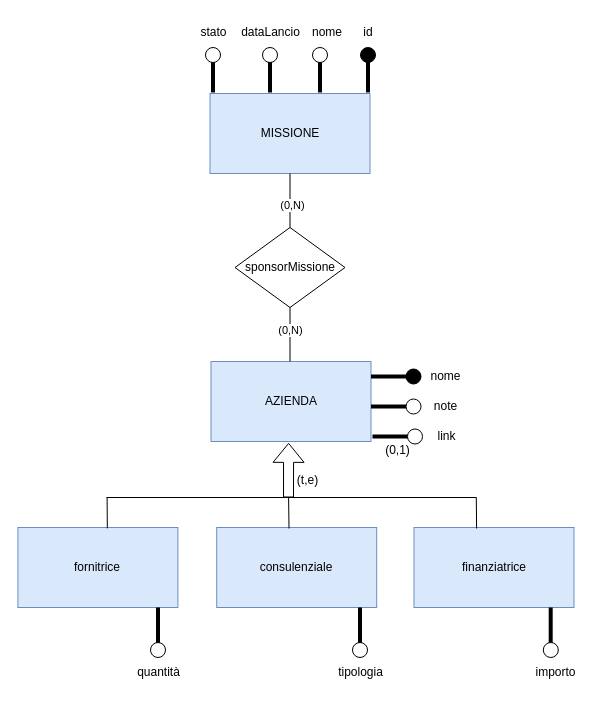
This is page "2 rotto" (4 of 10) of docs/ART-model.drawio from PulgaLuca/Database-Unibo, a draw.io file, before an edit. Source tidied: cells renumbered, new cells numbered last; positions are measured from the earlier drawing's top-left corner, leaving out a move shared by most shapes. Both pictures are drawn from the tidied source at 100%, with x=0, y=0 at pixel (17, 17).
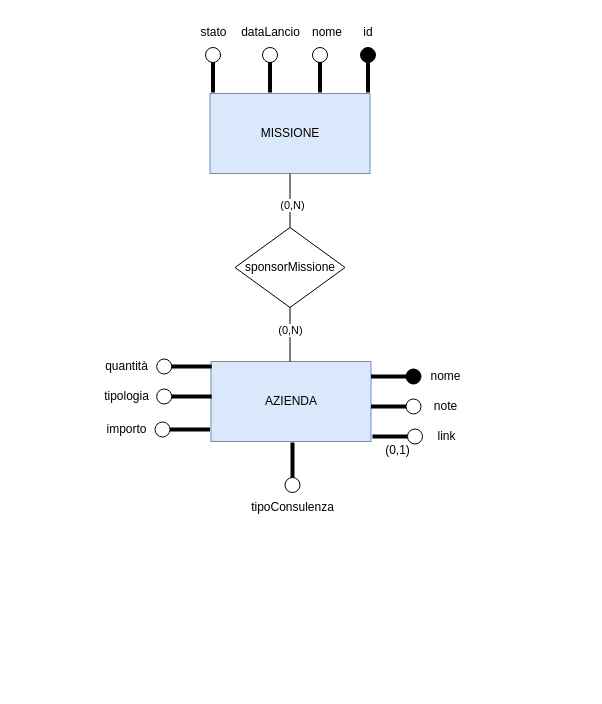
The same page after the edit.

The change refers to these unchanged cells:
```xml
<mxCell id="16" value="AZIENDA" style="rounded=0;whiteSpace=wrap;html=1;fillColor=#dae8fc;strokeColor=#6c8ebf;" parent="1" vertex="1">
  <mxGeometry x="193.5" y="344" width="160" height="80" as="geometry" />
</mxCell>
```

Diff of the diagram source:
```diff
@@
-    <mxCell id="24" style="shape=flexArrow;endArrow=classic;html=1;rounded=0;entryX=0.485;entryY=1.017;entryDx=0;entryDy=0;entryPerimeter=0;" parent="1" edge="1" target="16">
-      <mxGeometry relative="1" as="geometry">
-        <mxPoint x="271" y="480" as="sourcePoint" />
-      </mxGeometry>
-    </mxCell>
-    <mxCell id="25" value="(t,e)" style="text;html=1;align=center;verticalAlign=middle;strokeColor=none;fillColor=none;" parent="1" vertex="1">
-      <mxGeometry x="270" y="448" width="40" height="30" as="geometry" />
-    </mxCell>
-    <mxCell id="26" value="fornitrice" style="rounded=0;whiteSpace=wrap;html=1;fillColor=#dae8fc;strokeColor=#6c8ebf;" parent="1" vertex="1">
-      <mxGeometry x="0.4" y="510" width="160" height="80" as="geometry" />
-    </mxCell>
-    <mxCell id="27" value="consulenziale" style="rounded=0;whiteSpace=wrap;html=1;fillColor=#dae8fc;strokeColor=#6c8ebf;" parent="1" vertex="1">
-      <mxGeometry x="199.2" y="510" width="160" height="80" as="geometry" />
-    </mxCell>
-    <mxCell id="28" value="finanziatrice" style="rounded=0;whiteSpace=wrap;html=1;fillColor=#dae8fc;strokeColor=#6c8ebf;" parent="1" vertex="1">
-      <mxGeometry x="396.5" y="510" width="160" height="80" as="geometry" />
-    </mxCell>
-    <mxCell id="29" style="endArrow=none;html=1;rounded=0;" parent="1" edge="1">
-      <mxGeometry relative="1" as="geometry">
-        <mxPoint x="89" y="480" as="sourcePoint" />
-        <mxPoint x="459" y="480" as="targetPoint" />
-      </mxGeometry>
-    </mxCell>
-    <mxCell id="30" style="endArrow=none;html=1;rounded=0;exitX=0.559;exitY=0.01;exitDx=0;exitDy=0;exitPerimeter=0;" parent="1" edge="1" source="26">
-      <mxGeometry relative="1" as="geometry">
-        <mxPoint x="89.6" y="480" as="targetPoint" />
-      </mxGeometry>
-    </mxCell>
-    <mxCell id="31" style="endArrow=none;html=1;rounded=0;exitX=0.559;exitY=0.01;exitDx=0;exitDy=0;exitPerimeter=0;" parent="1" edge="1">
-      <mxGeometry relative="1" as="geometry">
-        <mxPoint x="271.5" y="511" as="sourcePoint" />
-        <mxPoint x="271.1" y="480" as="targetPoint" />
-      </mxGeometry>
-    </mxCell>
-    <mxCell id="32" style="endArrow=none;html=1;rounded=0;exitX=0.559;exitY=0.01;exitDx=0;exitDy=0;exitPerimeter=0;" parent="1" edge="1">
-      <mxGeometry relative="1" as="geometry">
-        <mxPoint x="459.1" y="511" as="sourcePoint" />
-        <mxPoint x="458.8" y="480" as="targetPoint" />
-      </mxGeometry>
-    </mxCell>
-    <mxCell id="33" style="line;strokeWidth=4;html=1;perimeter=backbonePerimeter;rotation=-90;" parent="1" vertex="1">
-      <mxGeometry x="322.5" y="605" width="40" height="10" as="geometry" />
-    </mxCell>
-    <mxCell id="34" style="ellipse;whiteSpace=wrap;html=1;" parent="1" vertex="1">
-      <mxGeometry x="335" y="625" width="15" height="15" as="geometry" />
-    </mxCell>
-    <mxCell id="35" style="line;strokeWidth=4;html=1;perimeter=backbonePerimeter;rotation=-90;" parent="1" vertex="1">
-      <mxGeometry x="513.2" y="605" width="40" height="10" as="geometry" />
-    </mxCell>
-    <mxCell id="36" style="ellipse;whiteSpace=wrap;html=1;" parent="1" vertex="1">
-      <mxGeometry x="525.8" y="625" width="15" height="15" as="geometry" />
-    </mxCell>
-    <mxCell id="37" value="importo" style="text;html=1;align=center;verticalAlign=middle;strokeColor=none;fillColor=none;" parent="1" vertex="1">
-      <mxGeometry x="507.5" y="640" width="60" height="30" as="geometry" />
-    </mxCell>
-    <mxCell id="38" value="tipologia" style="text;html=1;align=center;verticalAlign=middle;strokeColor=none;fillColor=none;" parent="1" vertex="1">
-      <mxGeometry x="307.5" y="640" width="70" height="30" as="geometry" />
-    </mxCell>
@@
-    <mxCell id="46" style="line;strokeWidth=4;html=1;perimeter=backbonePerimeter;rotation=-90;" parent="1" vertex="1">
-      <mxGeometry x="120.5" y="605" width="40" height="10" as="geometry" />
-    </mxCell>
-    <mxCell id="47" style="ellipse;whiteSpace=wrap;html=1;" parent="1" vertex="1">
-      <mxGeometry x="133" y="625" width="15" height="15" as="geometry" />
-    </mxCell>
+    <mxCell id="49" style="line;strokeWidth=4;html=1;perimeter=backbonePerimeter;" parent="1" vertex="1">
+      <mxGeometry x="154.2" y="344" width="40" height="10" as="geometry" />
+    </mxCell>
+    <mxCell id="50" style="ellipse;whiteSpace=wrap;html=1;" parent="1" vertex="1">
+      <mxGeometry x="139.2" y="341.5" width="15" height="15" as="geometry" />
+    </mxCell>
+    <mxCell id="51" style="line;strokeWidth=4;html=1;perimeter=backbonePerimeter;" parent="1" vertex="1">
+      <mxGeometry x="154.2" y="374" width="40" height="10" as="geometry" />
+    </mxCell>
+    <mxCell id="52" style="ellipse;whiteSpace=wrap;html=1;" parent="1" vertex="1">
+      <mxGeometry x="139.2" y="371.5" width="15" height="15" as="geometry" />
+    </mxCell>
+    <mxCell id="53" style="line;strokeWidth=4;html=1;perimeter=backbonePerimeter;" parent="1" vertex="1">
+      <mxGeometry x="152.5" y="407" width="40" height="10" as="geometry" />
+    </mxCell>
+    <mxCell id="54" style="ellipse;whiteSpace=wrap;html=1;" parent="1" vertex="1">
+      <mxGeometry x="137.5" y="404.5" width="15" height="15" as="geometry" />
+    </mxCell>
     <mxCell id="48" value="quantità" style="text;html=1;align=center;verticalAlign=middle;strokeColor=none;fillColor=none;" parent="1" vertex="1">
-      <mxGeometry x="105.5" y="640" width="70" height="30" as="geometry" />
+      <mxGeometry x="73.7" y="333.5" width="70" height="30" as="geometry" />
     </mxCell>
+    <mxCell id="38" value="tipologia" style="text;html=1;align=center;verticalAlign=middle;strokeColor=none;fillColor=none;" parent="1" vertex="1">
+      <mxGeometry x="73.7" y="363.5" width="70" height="30" as="geometry" />
+    </mxCell>
+    <mxCell id="37" value="importo" style="text;html=1;align=center;verticalAlign=middle;strokeColor=none;fillColor=none;" parent="1" vertex="1">
+      <mxGeometry x="79.2" y="396.5" width="60" height="30" as="geometry" />
+    </mxCell>
+    <mxCell id="55" style="line;strokeWidth=4;html=1;perimeter=backbonePerimeter;rotation=-90;" parent="1" vertex="1">
+      <mxGeometry x="255" y="440" width="40" height="10" as="geometry" />
+    </mxCell>
+    <mxCell id="56" style="ellipse;whiteSpace=wrap;html=1;" parent="1" vertex="1">
+      <mxGeometry x="267.5" y="460" width="15" height="15" as="geometry" />
+    </mxCell>
+    <mxCell id="57" value="tipoConsulenza" style="text;html=1;align=center;verticalAlign=middle;strokeColor=none;fillColor=none;" parent="1" vertex="1">
+      <mxGeometry x="220" y="475" width="110" height="30" as="geometry" />
+    </mxCell>
```
